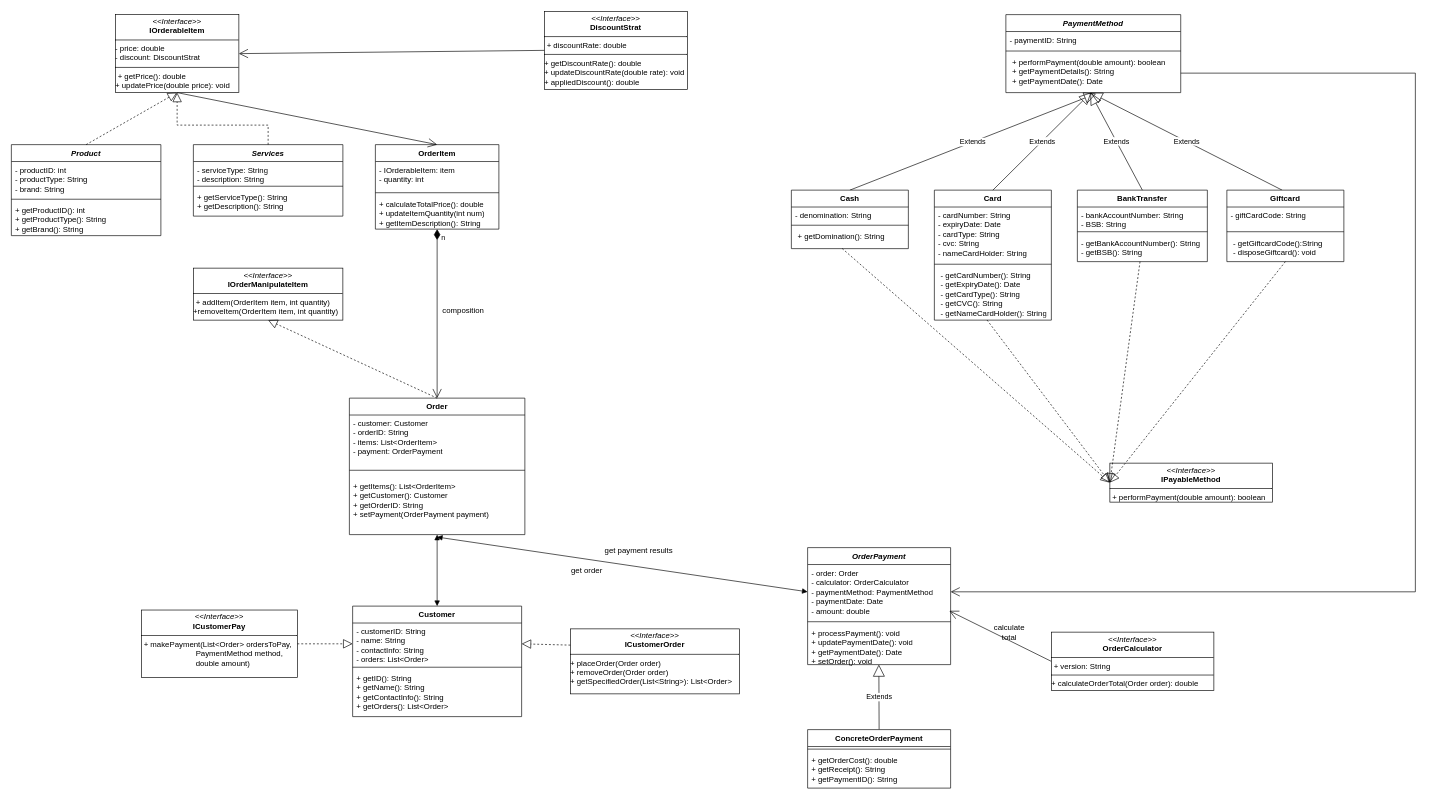
This is soft2201w3.drawio from NguyenChHieu/graphs, a draw.io file, before an edit. Source tidied: cells renumbered, new cells numbered last; positions are measured from the earlier drawing's top-left corner, leaving out a move shared by most shapes. Both pictures are drawn from the tidied source at 65%, with x=0, y=0 at pixel (11, 11).
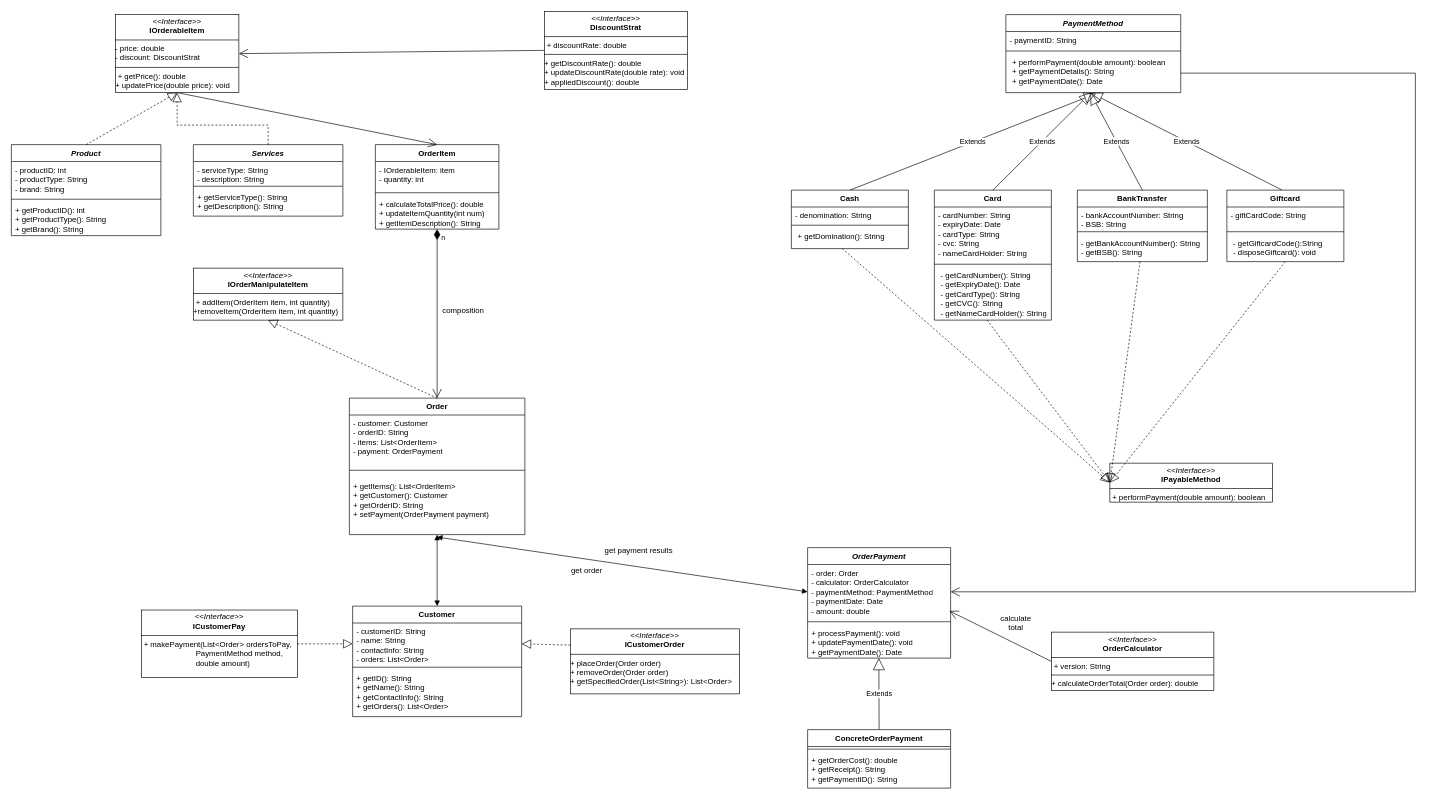
The same diagram, later.

Diff of the diagram source:
```diff
@@
     <mxCell id="35" value="&lt;i&gt;OrderPayment&lt;/i&gt;" style="swimlane;fontStyle=1;align=center;verticalAlign=top;horizontal=1;startSize=26;whiteSpace=wrap;html=1;" parent="1" vertex="1">
-      <mxGeometry x="1225" y="825" width="220" height="180" as="geometry" />
+      <mxGeometry x="1225" y="825" width="220" height="170" as="geometry" />
     </mxCell>
@@
-    <mxCell id="38" value="&lt;div&gt;+ processPayment(): void&lt;/div&gt;&lt;div&gt;&lt;span style=&quot;background-color: initial;&quot;&gt;+ updatePaymentDate(): void&lt;/span&gt;&lt;/div&gt;&lt;div&gt;&lt;span style=&quot;background-color: initial;&quot;&gt;+ getPaymentDate(): Date&lt;/span&gt;&lt;/div&gt;&lt;div&gt;&lt;span style=&quot;background-color: initial;&quot;&gt;+ setOrder(): void&lt;/span&gt;&lt;/div&gt;" style="text;strokeColor=none;fillColor=none;align=left;verticalAlign=top;spacingLeft=4;spacingRight=4;overflow=hidden;points=[[0,0.5],[1,0.5]];portConstraint=eastwest;whiteSpace=wrap;html=1;" parent="35" vertex="1">
-      <mxGeometry y="118" width="220" height="62" as="geometry" />
+    <mxCell id="38" value="&lt;div&gt;+ processPayment(): void&lt;/div&gt;&lt;div&gt;&lt;span style=&quot;background-color: initial;&quot;&gt;+ updatePaymentDate(): void&lt;/span&gt;&lt;/div&gt;&lt;div&gt;&lt;span style=&quot;background-color: initial;&quot;&gt;+ getPaymentDate(): Date&lt;/span&gt;&lt;/div&gt;&lt;div&gt;&lt;br&gt;&lt;/div&gt;" style="text;strokeColor=none;fillColor=none;align=left;verticalAlign=top;spacingLeft=4;spacingRight=4;overflow=hidden;points=[[0,0.5],[1,0.5]];portConstraint=eastwest;whiteSpace=wrap;html=1;" parent="35" vertex="1">
+      <mxGeometry y="118" width="220" height="52" as="geometry" />
     </mxCell>
@@
     <mxCell id="72" value="calculate&lt;div&gt;total&lt;/div&gt;" style="text;html=1;align=center;verticalAlign=middle;strokeColor=none;fillColor=none;" parent="1" vertex="1">
-      <mxGeometry x="1500" y="935" width="70" height="40" as="geometry" />
+      <mxGeometry x="1510" y="921" width="70" height="40" as="geometry" />
     </mxCell>
```
